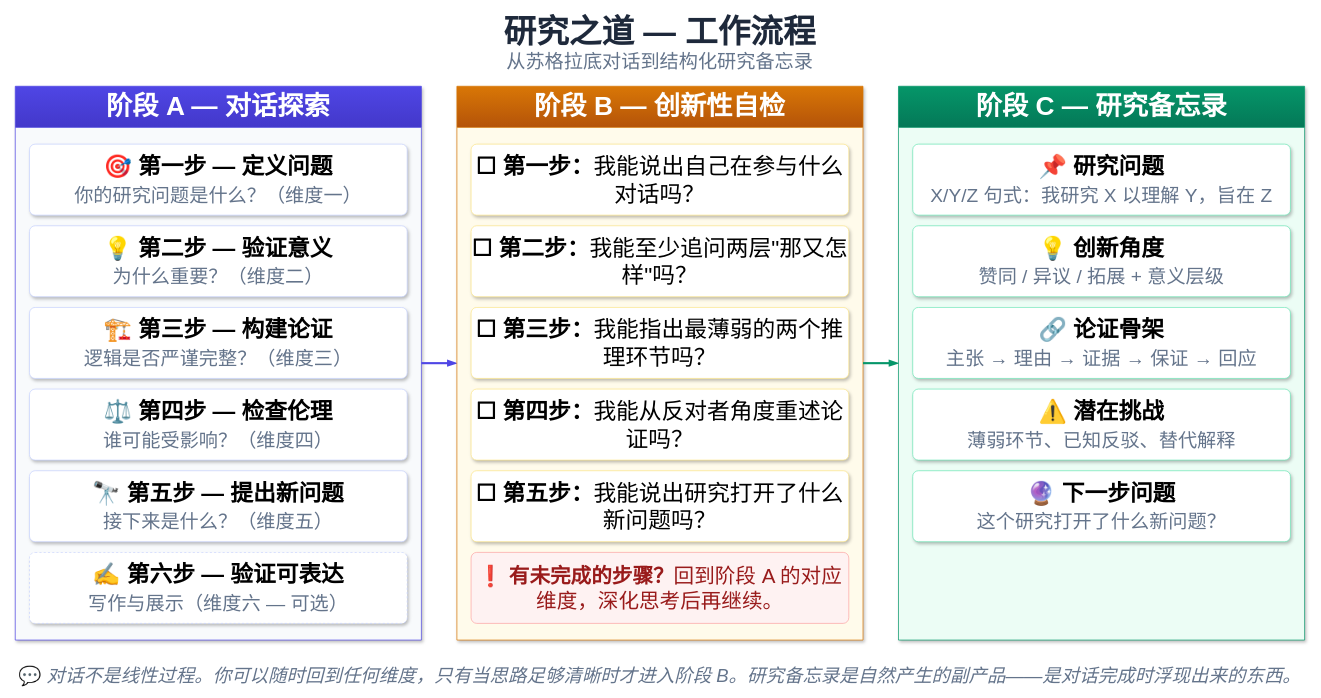
This is images/workflow-zh.drawio from ctfysh/craft-of-research, a draw.io file, before an edit. Source tidied: cells renumbered, new cells numbered last; positions are measured from the earlier drawing's top-left corner, leaving out a move shared by most shapes. Both pictures are drawn from the tidied source at 71%, with x=0, y=0 at pixel (15, 15).
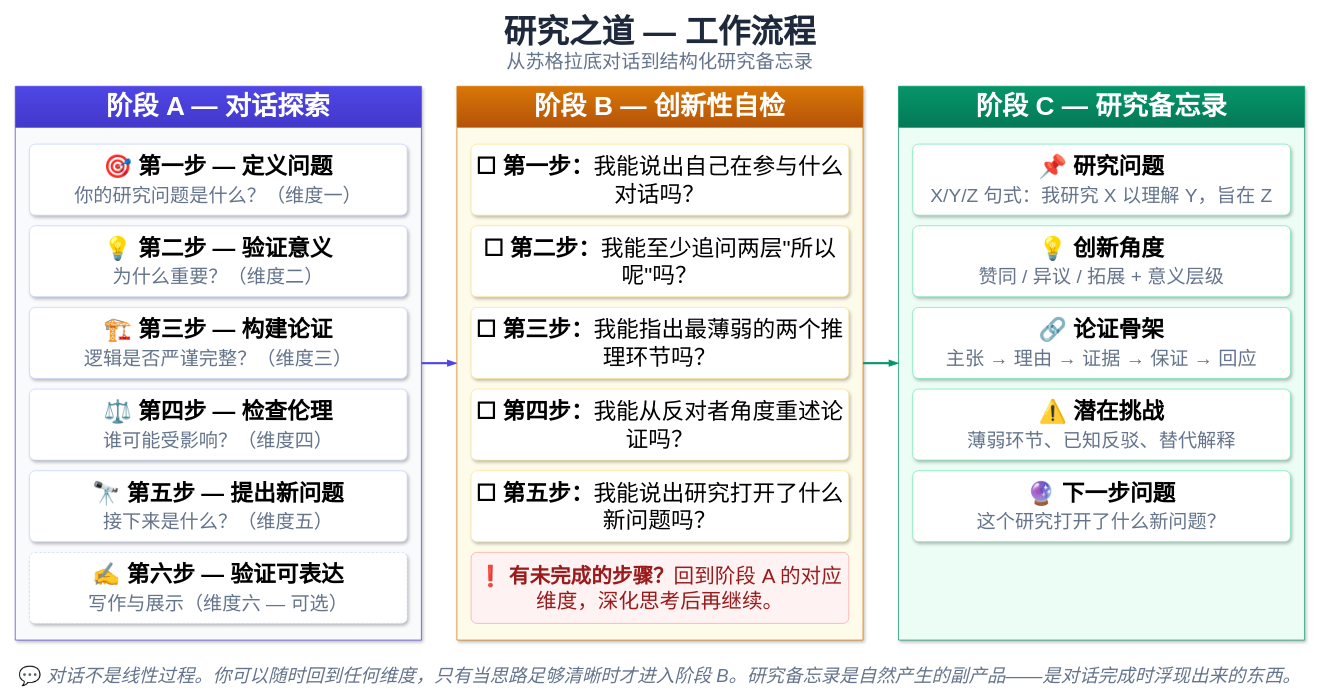
Above is the later version.

Commit message (it also covers changes not shown here):
unify zh translations: Warrant→保证, 那又怎样→所以呢, 推理担保→保证

Unchanged cells that the change refers to:
```xml
<mxCell id="12" value="&lt;b&gt;阶段 B — 创新性自检&lt;/b&gt;" style="swimlane;startSize=58;fillColor=#D97706;gradientColor=#B45309;swimlaneFillColor=#FFFBEB;strokeColor=#D97706;fontColor=#FFFFFF;fontSize=37;whiteSpace=wrap;html=1;shadow=1;" parent="1" vertex="1">
  <mxGeometry x="622" y="100" width="572" height="780" as="geometry" />
</mxCell>
```

Diff of the diagram source:
```diff
@@
-    <mxCell id="14" value="&lt;b&gt;☐ 第二步：&lt;/b&gt;我能至少追问两层&amp;quot;那又怎样&amp;quot;吗？" style="rounded=1;arcSize=8;whiteSpace=wrap;html=1;fillColor=#FFFFFF;strokeColor=#FDE68A;shadow=1;fontSize=32;verticalAlign=middle;" parent="12" vertex="1">
+    <mxCell id="14" value="&lt;b&gt;☐ 第二步：&lt;/b&gt;我能至少追问两层&amp;quot;所以呢&amp;quot;吗？" style="rounded=1;arcSize=8;whiteSpace=wrap;html=1;fillColor=#FFFFFF;strokeColor=#FDE68A;shadow=1;fontSize=32;verticalAlign=middle;" parent="12" vertex="1">
       <mxGeometry x="20" y="196.5" width="532" height="100" as="geometry" />
     </mxCell>
```
